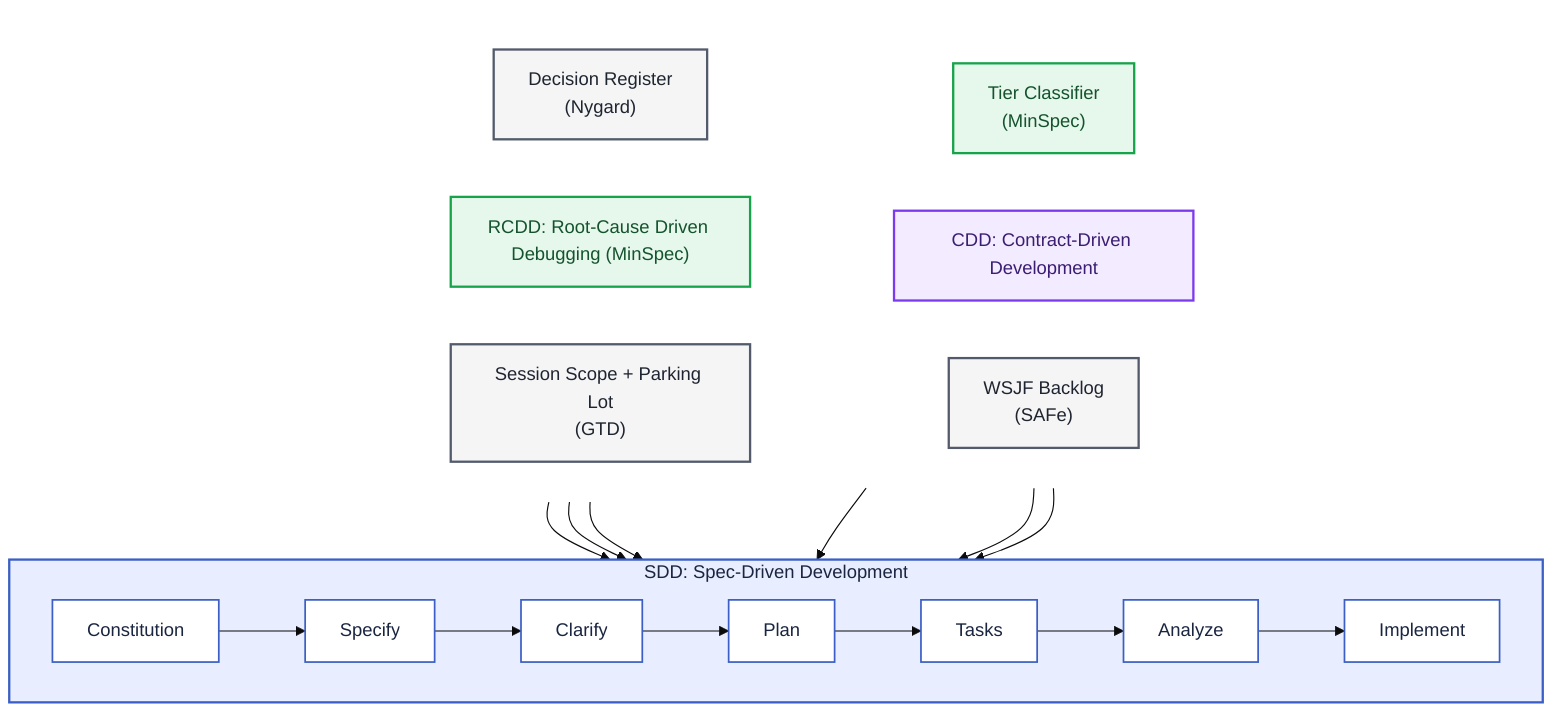
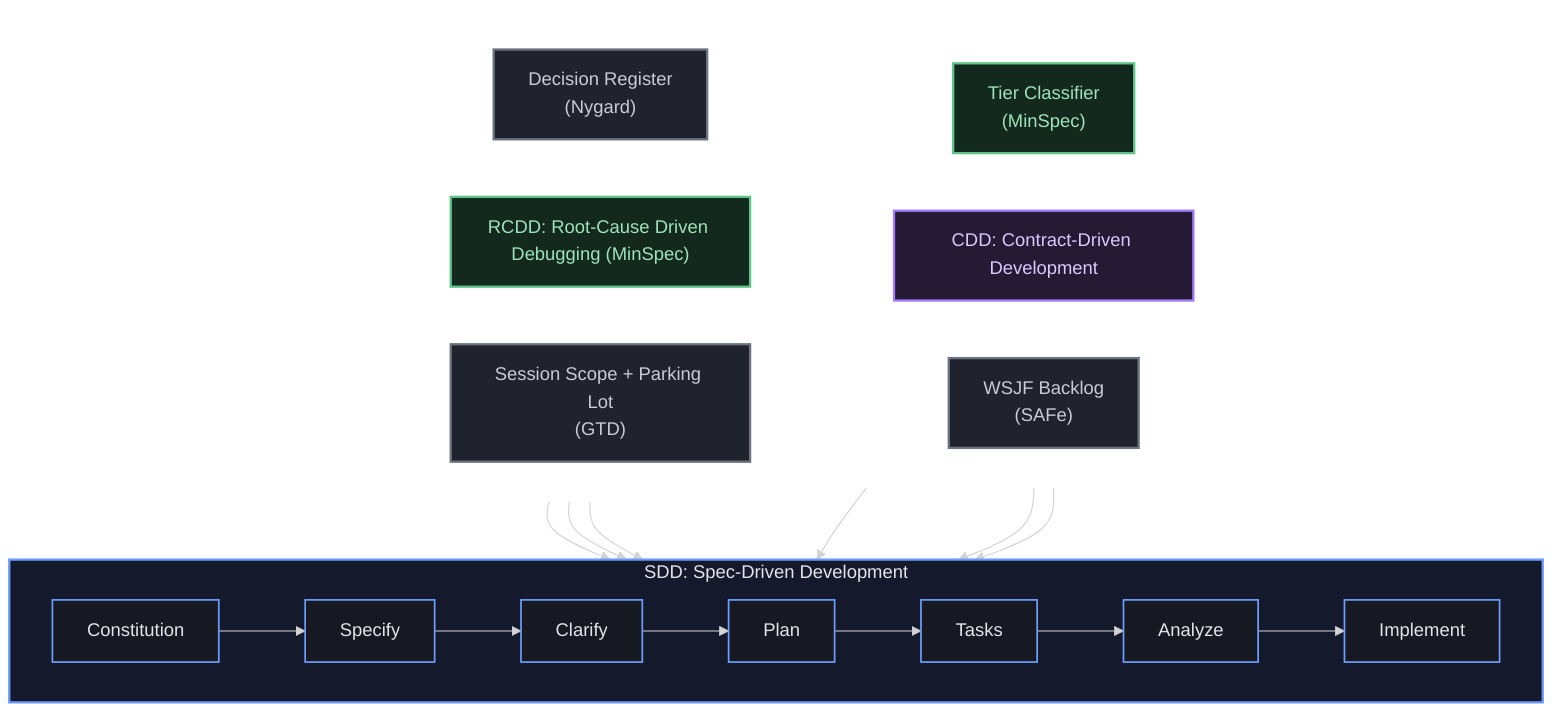
---
config:
-   theme: base
+   theme: dark
---
flowchart TB
 subgraph TOP[" "]
    direction LR
        TC["Tier Classifier<br>(MinSpec)"]
        CDD["CDD: Contract-Driven Development"]
        WSJF["WSJF Backlog<br>(SAFe)"]
  end
 subgraph SDD["SDD: Spec-Driven Development"]
    direction LR
        P1["Constitution"]
        P2["Specify"]
        P3["Clarify"]
        P4["Plan"]
        P5["Tasks"]
        P6["Analyze"]
        P7["Implement"]
  end
 subgraph BOTTOM[" "]
    direction LR
        ADR["Decision Register<br>(Nygard)"]
        BUG["RCDD: Root-Cause Driven Debugging (MinSpec)"]
        GTD["Session Scope + Parking Lot<br>(GTD)"]
  end
    TC --> SDD
    CDD --> SDD
    WSJF --> SDD
    P1 --> P2
    P2 --> P3
    P3 --> P4
    P4 --> P5
    P5 --> P6
    P6 --> P7
    ADR --> SDD
    BUG --> SDD
    GTD --> SDD
    %% Invisible anchors — force BOTTOM row to render below SDD without adding visible edges
    SDD ~~~ ADR
    SDD ~~~ BUG
    SDD ~~~ GTD

    TC@{ shape: rect}
    BUG@{ shape: rect}
-     style P1 fill:#ffffff,stroke:#3b5fc4,stroke-width:1.5px,color:#1a2540
-     style P2 fill:#ffffff,stroke:#3b5fc4,stroke-width:1.5px,color:#1a2540
-     style P3 fill:#ffffff,stroke:#3b5fc4,stroke-width:1.5px,color:#1a2540
-     style P4 fill:#ffffff,stroke:#3b5fc4,stroke-width:1.5px,color:#1a2540
-     style P5 fill:#ffffff,stroke:#3b5fc4,stroke-width:1.5px,color:#1a2540
-     style P6 fill:#ffffff,stroke:#3b5fc4,stroke-width:1.5px,color:#1a2540
-     style P7 fill:#ffffff,stroke:#3b5fc4,stroke-width:1.5px,color:#1a2540
-     style TC fill:#e6f7ec,stroke:#16a34a,stroke-width:2px,color:#14532d
-     style SDD fill:#e8eeff,stroke:#3b5fc4,stroke-width:2px,color:#1a2540
-     style CDD fill:#f3ebff,stroke:#7c3aed,stroke-width:2px,color:#3b1d72
-     style BUG fill:#e6f7ec,stroke:#16a34a,stroke-width:2px,color:#14532d
-     style ADR fill:#f5f5f5,stroke:#525a6b,stroke-width:2px,color:#1f2530
-     style WSJF fill:#f5f5f5,stroke:#525a6b,stroke-width:2px,color:#1f2530
-     style GTD fill:#f5f5f5,stroke:#525a6b,stroke-width:2px,color:#1f2530
+     style P1 fill:#161922,stroke:#6c9cfc,stroke-width:1.5px,color:#e2e4eb
+     style P2 fill:#161922,stroke:#6c9cfc,stroke-width:1.5px,color:#e2e4eb
+     style P3 fill:#161922,stroke:#6c9cfc,stroke-width:1.5px,color:#e2e4eb
+     style P4 fill:#161922,stroke:#6c9cfc,stroke-width:1.5px,color:#e2e4eb
+     style P5 fill:#161922,stroke:#6c9cfc,stroke-width:1.5px,color:#e2e4eb
+     style P6 fill:#161922,stroke:#6c9cfc,stroke-width:1.5px,color:#e2e4eb
+     style P7 fill:#161922,stroke:#6c9cfc,stroke-width:1.5px,color:#e2e4eb
+     style TC fill:#13291d,stroke:#5ec48a,stroke-width:2px,color:#9fe3bb
+     style SDD fill:#141a2b,stroke:#6c9cfc,stroke-width:2px,color:#e2e4eb
+     style CDD fill:#241a33,stroke:#a07bff,stroke-width:2px,color:#d9c9ff
+     style BUG fill:#13291d,stroke:#5ec48a,stroke-width:2px,color:#9fe3bb
+     style ADR fill:#20232e,stroke:#6b7280,stroke-width:2px,color:#c9ccd6
+     style WSJF fill:#20232e,stroke:#6b7280,stroke-width:2px,color:#c9ccd6
+     style GTD fill:#20232e,stroke:#6b7280,stroke-width:2px,color:#c9ccd6
    style TOP fill:transparent,stroke:none,color:transparent
    style BOTTOM fill:transparent,stroke:none,color:transparent
